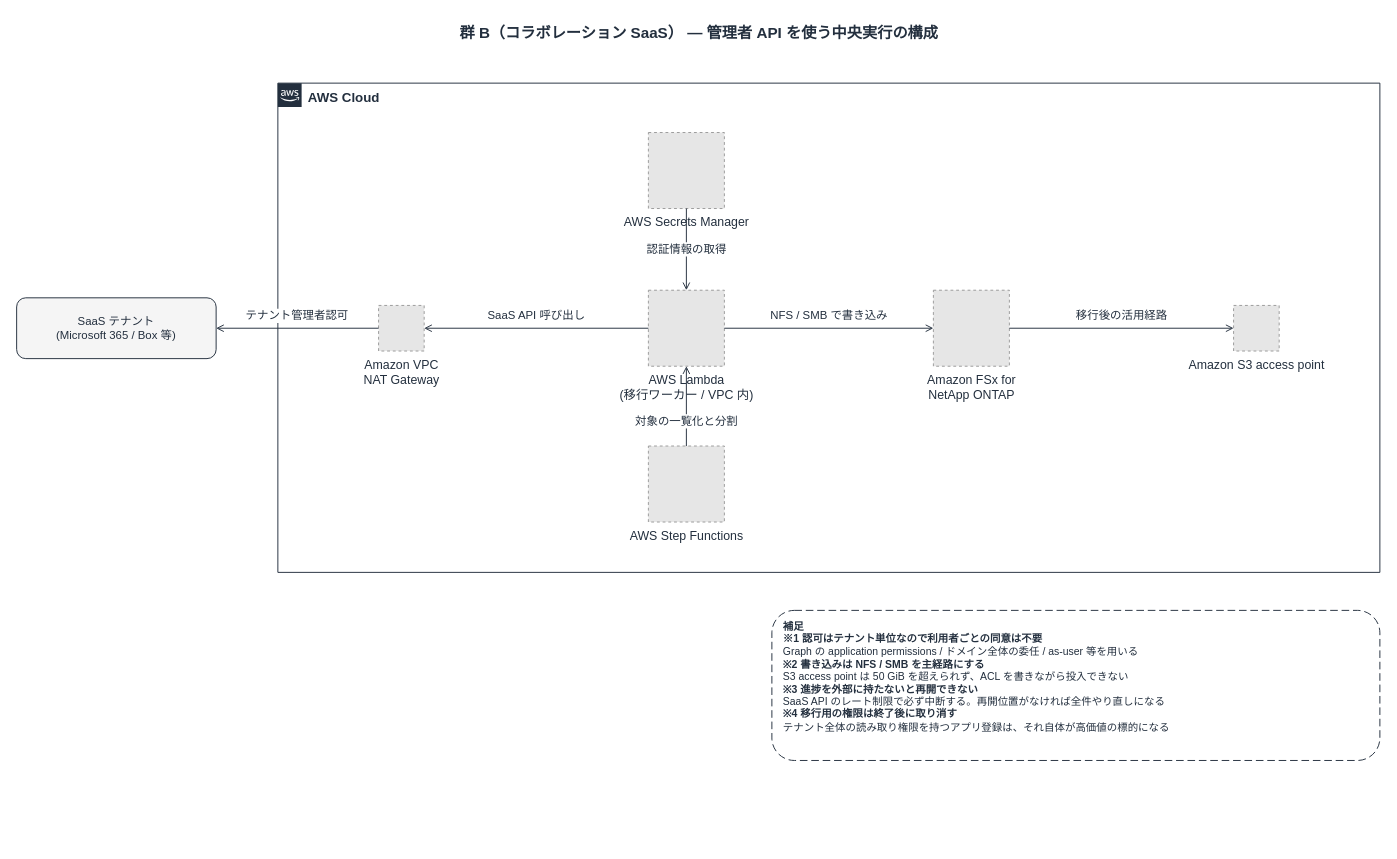
This is docs/diagrams/saas-migration-group-b-worker.drawio from Yoshiki0705/FSx-for-ONTAP-S3AccessPoints-Serverless-Patterns, a draw.io file, before an edit. Source tidied: cells renumbered, new cells numbered last; positions are measured from the earlier drawing's top-left corner, leaving out a move shared by most shapes. Both pictures are drawn from the tidied source at 95%, with x=0, y=0 at pixel (16, 16). Pictures stored in the file or linked from it are replaced by grey dashed boxes.
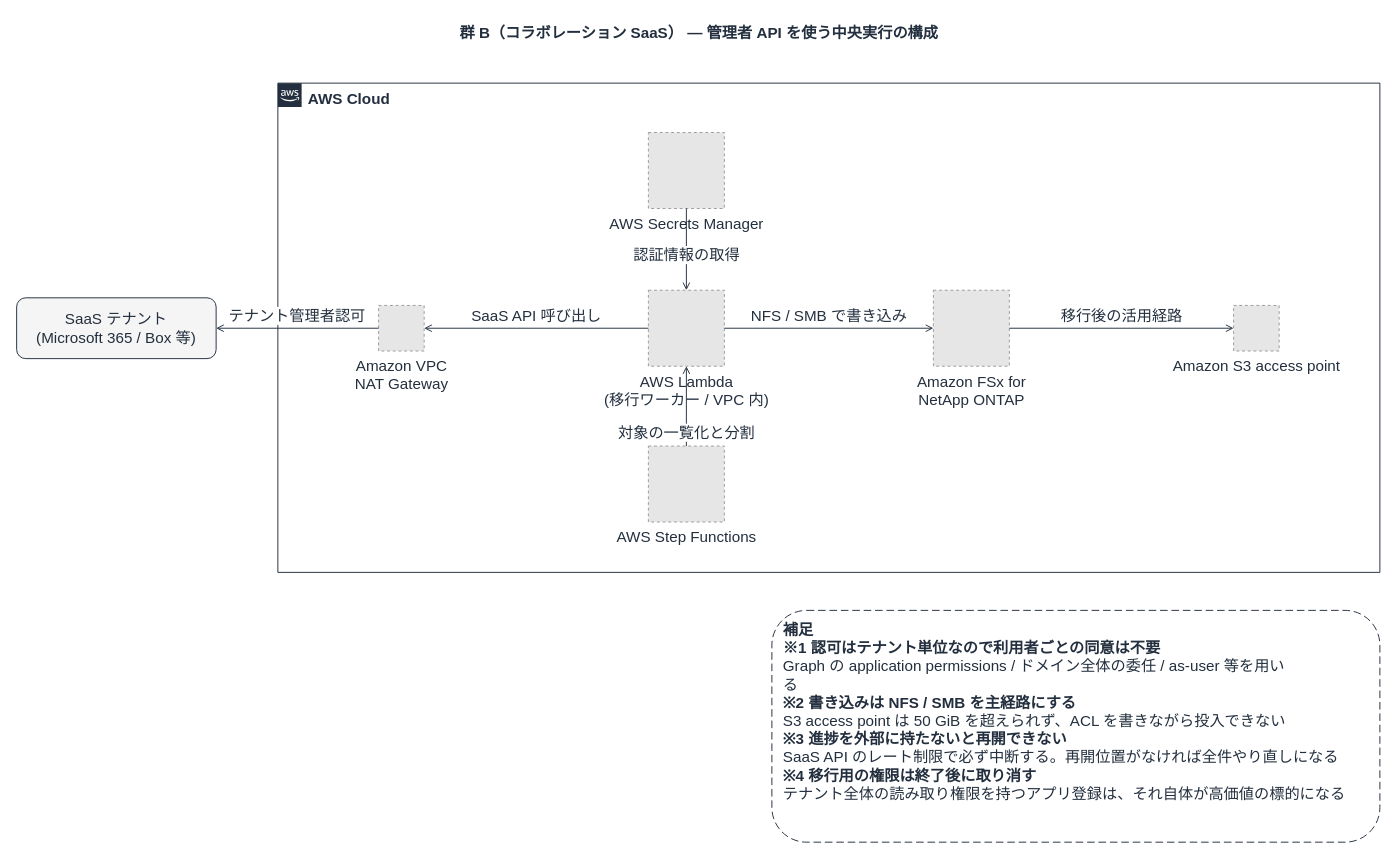
Above is the later version.

The edit, as a diff of the source:
```diff
@@
-    <mxCell id="3" value="AWS Cloud" style="gradientColor=none;html=1;whiteSpace=wrap;fontSize=14;fontStyle=1;shape=mxgraph.aws4.group;grIcon=mxgraph.aws4.group_aws_cloud_alt;strokeColor=#232F3E;fillColor=none;verticalAlign=top;align=left;spacingLeft=30;fontColor=#232F3E;dashed=0;" parent="1" vertex="1">
+    <mxCell id="3" value="AWS Cloud" style="gradientColor=none;html=1;whiteSpace=wrap;fontSize=16;fontStyle=1;shape=mxgraph.aws4.group;grIcon=mxgraph.aws4.group_aws_cloud_alt;strokeColor=#232F3E;fillColor=none;verticalAlign=top;align=left;spacingLeft=30;fontColor=#232F3E;dashed=0;" parent="1" vertex="1">
       <mxGeometry x="275" y="70" width="1160" height="515" as="geometry" />
     </mxCell>
-    <mxCell id="4" value="SaaS テナント&lt;br&gt;(Microsoft 365 / Box 等)" style="rounded=1;whiteSpace=wrap;html=1;dashed=0;strokeColor=#232F3E;fillColor=#F5F5F5;align=center;verticalAlign=middle;fontSize=12;fontColor=#232F3E;" parent="1" vertex="1">
+    <mxCell id="4" value="SaaS テナント&lt;br&gt;(Microsoft 365 / Box 等)" style="rounded=1;whiteSpace=wrap;html=1;dashed=0;strokeColor=#232F3E;fillColor=#F5F5F5;align=center;verticalAlign=middle;fontSize=16;fontColor=#232F3E;" parent="1" vertex="1">
       <mxGeometry y="296" width="210" height="64" as="geometry" />
     </mxCell>
-    <mxCell id="5" value="Amazon VPC&lt;br&gt;NAT Gateway" style="fillColor=#E6E6E6;strokeColor=#999999;dashed=1;html=1;verticalLabelPosition=bottom;verticalAlign=top;labelPosition=center;align=center;fontSize=13;fontColor=#232F3E;" parent="1" vertex="1">
+    <mxCell id="5" value="Amazon VPC&lt;br&gt;NAT Gateway" style="fillColor=#E6E6E6;strokeColor=#999999;dashed=1;html=1;verticalLabelPosition=bottom;verticalAlign=top;labelPosition=center;align=center;fontSize=16;fontColor=#232F3E;" parent="1" vertex="1">
       <mxGeometry x="381" y="304" width="48" height="48" as="geometry" />
     </mxCell>
-    <mxCell id="6" value="AWS Secrets Manager" style="fillColor=#E6E6E6;strokeColor=#999999;dashed=1;html=1;verticalLabelPosition=bottom;verticalAlign=top;labelPosition=center;align=center;fontSize=13;fontColor=#232F3E;" parent="1" vertex="1">
+    <mxCell id="6" value="AWS Secrets Manager" style="fillColor=#E6E6E6;strokeColor=#999999;dashed=1;html=1;verticalLabelPosition=bottom;verticalAlign=top;labelPosition=center;align=center;fontSize=16;fontColor=#232F3E;" parent="1" vertex="1">
       <mxGeometry x="665" y="122" width="80" height="80" as="geometry" />
     </mxCell>
-    <mxCell id="7" value="AWS Lambda&lt;br&gt;(移行ワーカー / VPC 内)" style="fillColor=#E6E6E6;strokeColor=#999999;dashed=1;html=1;verticalLabelPosition=bottom;verticalAlign=top;labelPosition=center;align=center;fontSize=13;fontColor=#232F3E;" parent="1" vertex="1">
+    <mxCell id="7" value="AWS Lambda&lt;br&gt;(移行ワーカー / VPC 内)" style="fillColor=#E6E6E6;strokeColor=#999999;dashed=1;html=1;verticalLabelPosition=bottom;verticalAlign=top;labelPosition=center;align=center;fontSize=16;fontColor=#232F3E;" parent="1" vertex="1">
       <mxGeometry x="665" y="288" width="80" height="80" as="geometry" />
     </mxCell>
-    <mxCell id="8" value="AWS Step Functions" style="fillColor=#E6E6E6;strokeColor=#999999;dashed=1;html=1;verticalLabelPosition=bottom;verticalAlign=top;labelPosition=center;align=center;fontSize=13;fontColor=#232F3E;" parent="1" vertex="1">
+    <mxCell id="8" value="AWS Step Functions" style="fillColor=#E6E6E6;strokeColor=#999999;dashed=1;html=1;verticalLabelPosition=bottom;verticalAlign=top;labelPosition=center;align=center;fontSize=16;fontColor=#232F3E;" parent="1" vertex="1">
       <mxGeometry x="665" y="452" width="80" height="80" as="geometry" />
     </mxCell>
-    <mxCell id="9" value="Amazon FSx for&lt;br&gt;NetApp ONTAP" style="fillColor=#E6E6E6;strokeColor=#999999;dashed=1;html=1;verticalLabelPosition=bottom;verticalAlign=top;labelPosition=center;align=center;fontSize=13;fontColor=#232F3E;" parent="1" vertex="1">
+    <mxCell id="9" value="Amazon FSx for&lt;br&gt;NetApp ONTAP" style="fillColor=#E6E6E6;strokeColor=#999999;dashed=1;html=1;verticalLabelPosition=bottom;verticalAlign=top;labelPosition=center;align=center;fontSize=16;fontColor=#232F3E;" parent="1" vertex="1">
       <mxGeometry x="965" y="288" width="80" height="80" as="geometry" />
     </mxCell>
-    <mxCell id="10" value="Amazon S3 access point" style="fillColor=#E6E6E6;strokeColor=#999999;dashed=1;html=1;verticalLabelPosition=bottom;verticalAlign=top;labelPosition=center;align=center;fontSize=13;fontColor=#232F3E;" parent="1" vertex="1">
+    <mxCell id="10" value="Amazon S3 access point" style="fillColor=#E6E6E6;strokeColor=#999999;dashed=1;html=1;verticalLabelPosition=bottom;verticalAlign=top;labelPosition=center;align=center;fontSize=16;fontColor=#232F3E;" parent="1" vertex="1">
       <mxGeometry x="1281" y="304" width="48" height="48" as="geometry" />
     </mxCell>
-    <mxCell id="11" value="SaaS API 呼び出し" style="edgeStyle=orthogonalEdgeStyle;rounded=0;jettySize=auto;html=1;endArrow=open;endFill=0;strokeColor=#232F3E;strokeWidth=1;fontSize=12;fontColor=#232F3E;labelBackgroundColor=#ffffff;" parent="1" edge="1" source="7" target="5">
+    <mxCell id="11" value="SaaS API 呼び出し" style="edgeStyle=orthogonalEdgeStyle;rounded=0;jettySize=auto;html=1;endArrow=open;endFill=0;strokeColor=#232F3E;strokeWidth=1;fontSize=16;fontColor=#232F3E;labelBackgroundColor=#ffffff;" parent="1" edge="1" source="7" target="5">
       <mxGeometry relative="1" as="geometry">
         <mxPoint y="-13" as="offset" />
       </mxGeometry>
     </mxCell>
-    <mxCell id="12" value="テナント管理者認可" style="edgeStyle=orthogonalEdgeStyle;rounded=0;jettySize=auto;html=1;endArrow=open;endFill=0;strokeColor=#232F3E;strokeWidth=1;fontSize=12;fontColor=#232F3E;labelBackgroundColor=#ffffff;" parent="1" edge="1" source="5" target="4">
+    <mxCell id="12" value="テナント管理者認可" style="edgeStyle=orthogonalEdgeStyle;rounded=0;jettySize=auto;html=1;endArrow=open;endFill=0;strokeColor=#232F3E;strokeWidth=1;fontSize=16;fontColor=#232F3E;labelBackgroundColor=#ffffff;" parent="1" edge="1" source="5" target="4">
       <mxGeometry relative="1" as="geometry">
         <mxPoint y="-13" as="offset" />
       </mxGeometry>
     </mxCell>
-    <mxCell id="13" value="認証情報の取得" style="edgeStyle=orthogonalEdgeStyle;rounded=0;jettySize=auto;html=1;endArrow=open;endFill=0;strokeColor=#232F3E;strokeWidth=1;fontSize=12;fontColor=#232F3E;labelBackgroundColor=#ffffff;" parent="1" edge="1" source="6" target="7">
-      <mxGeometry relative="1" as="geometry" />
+    <mxCell id="13" value="認証情報の取得" style="edgeStyle=orthogonalEdgeStyle;rounded=0;jettySize=auto;html=1;endArrow=open;endFill=0;strokeColor=#232F3E;strokeWidth=1;fontSize=16;fontColor=#232F3E;labelBackgroundColor=#ffffff;" parent="1" edge="1" source="6" target="7">
+      <mxGeometry relative="1" as="geometry">
+        <mxPoint y="6" as="offset" />
+      </mxGeometry>
     </mxCell>
-    <mxCell id="14" value="対象の一覧化と分割" style="edgeStyle=orthogonalEdgeStyle;rounded=0;jettySize=auto;html=1;endArrow=open;endFill=0;strokeColor=#232F3E;strokeWidth=1;fontSize=12;fontColor=#232F3E;labelBackgroundColor=#ffffff;" parent="1" edge="1" source="8" target="7">
+    <mxCell id="14" value="対象の一覧化と分割" style="edgeStyle=orthogonalEdgeStyle;rounded=0;jettySize=auto;html=1;endArrow=open;endFill=0;strokeColor=#232F3E;strokeWidth=1;fontSize=16;fontColor=#232F3E;labelBackgroundColor=#ffffff;" parent="1" edge="1" source="8" target="7">
       <mxGeometry relative="1" as="geometry">
-        <mxPoint y="16" as="offset" />
+        <mxPoint y="28" as="offset" />
       </mxGeometry>
     </mxCell>
-    <mxCell id="15" value="NFS / SMB で書き込み" style="edgeStyle=orthogonalEdgeStyle;rounded=0;jettySize=auto;html=1;endArrow=open;endFill=0;strokeColor=#232F3E;strokeWidth=1;fontSize=12;fontColor=#232F3E;labelBackgroundColor=#ffffff;" parent="1" edge="1" source="7" target="9">
+    <mxCell id="15" value="NFS / SMB で書き込み" style="edgeStyle=orthogonalEdgeStyle;rounded=0;jettySize=auto;html=1;endArrow=open;endFill=0;strokeColor=#232F3E;strokeWidth=1;fontSize=16;fontColor=#232F3E;labelBackgroundColor=#ffffff;" parent="1" edge="1" source="7" target="9">
       <mxGeometry relative="1" as="geometry">
         <mxPoint y="-13" as="offset" />
       </mxGeometry>
     </mxCell>
-    <mxCell id="16" value="移行後の活用経路" style="edgeStyle=orthogonalEdgeStyle;rounded=0;jettySize=auto;html=1;endArrow=open;endFill=0;strokeColor=#232F3E;strokeWidth=1;fontSize=12;fontColor=#232F3E;labelBackgroundColor=#ffffff;" parent="1" edge="1" source="9" target="10">
+    <mxCell id="16" value="移行後の活用経路" style="edgeStyle=orthogonalEdgeStyle;rounded=0;jettySize=auto;html=1;endArrow=open;endFill=0;strokeColor=#232F3E;strokeWidth=1;fontSize=16;fontColor=#232F3E;labelBackgroundColor=#ffffff;" parent="1" edge="1" source="9" target="10">
       <mxGeometry relative="1" as="geometry">
         <mxPoint y="-13" as="offset" />
       </mxGeometry>
     </mxCell>
-    <mxCell id="17" value="&lt;b&gt;補足&lt;/b&gt;&lt;br&gt;&lt;b&gt;※1 認可はテナント単位なので利用者ごとの同意は不要&lt;/b&gt;&lt;br&gt;Graph の application permissions / ドメイン全体の委任 / as-user 等を用いる&lt;br&gt;&lt;b&gt;※2 書き込みは NFS / SMB を主経路にする&lt;/b&gt;&lt;br&gt;S3 access point は 50 GiB を超えられず、ACL を書きながら投入できない&lt;br&gt;&lt;b&gt;※3 進捗を外部に持たないと再開できない&lt;/b&gt;&lt;br&gt;SaaS API のレート制限で必ず中断する。再開位置がなければ全件やり直しになる&lt;br&gt;&lt;b&gt;※4 移行用の権限は終了後に取り消す&lt;/b&gt;&lt;br&gt;テナント全体の読み取り権限を持つアプリ登録は、それ自体が高価値の標的になる" style="rounded=1;whiteSpace=wrap;html=1;dashed=1;dashPattern=8 4;strokeColor=#232F3E;fillColor=#FFFFFF;align=left;verticalAlign=top;spacingLeft=10;spacingTop=4;fontSize=11;fontColor=#232F3E;" parent="1" vertex="1">
-      <mxGeometry x="795" y="625" width="640" height="158" as="geometry" />
+    <mxCell id="17" value="&lt;b&gt;補足&lt;/b&gt;&lt;br&gt;&lt;b&gt;※1 認可はテナント単位なので利用者ごとの同意は不要&lt;/b&gt;&lt;br&gt;Graph の application permissions / ドメイン全体の委任 / as-user 等を用い&lt;br&gt;る&lt;br&gt;&lt;b&gt;※2 書き込みは NFS / SMB を主経路にする&lt;/b&gt;&lt;br&gt;S3 access point は 50 GiB を超えられず、ACL を書きながら投入できない&lt;br&gt;&lt;b&gt;※3 進捗を外部に持たないと再開できない&lt;/b&gt;&lt;br&gt;SaaS API のレート制限で必ず中断する。再開位置がなければ全件やり直しになる&lt;br&gt;&lt;b&gt;※4 移行用の権限は終了後に取り消す&lt;/b&gt;&lt;br&gt;テナント全体の読み取り権限を持つアプリ登録は、それ自体が高価値の標的になる" style="rounded=1;whiteSpace=wrap;html=1;dashed=1;dashPattern=8 4;strokeColor=#232F3E;fillColor=#FFFFFF;align=left;verticalAlign=top;spacingLeft=10;spacingTop=4;fontSize=16;fontColor=#232F3E;" parent="1" vertex="1">
+      <mxGeometry x="795" y="625" width="640" height="244" as="geometry" />
     </mxCell>
```
